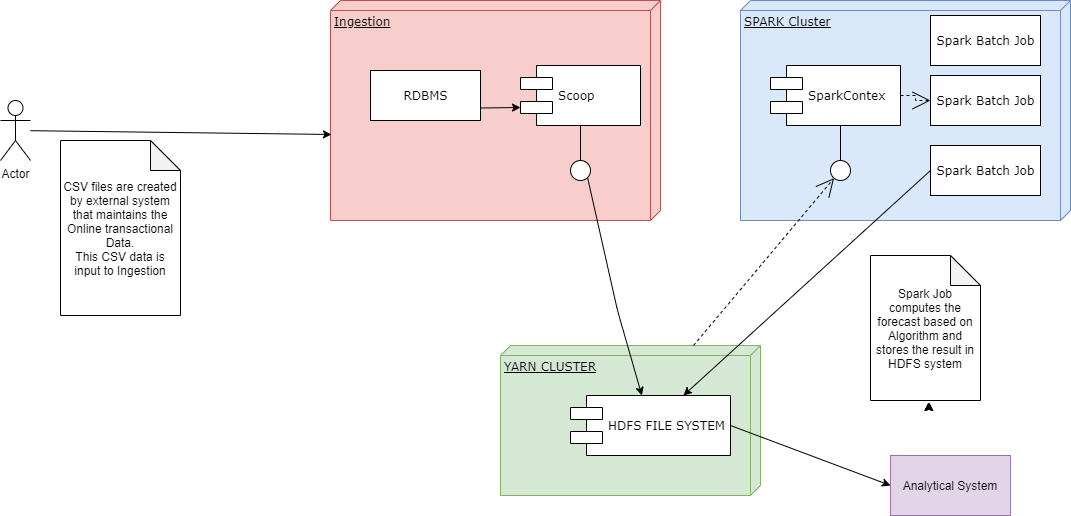
Before: HLD.png, a diagram exported from draw.io (baratamramprasad/fastfoodchain). Source tidied: cells renumbered, new cells last; positions are measured from the earlier drawing's top-left corner, leaving out a move shared by most shapes.
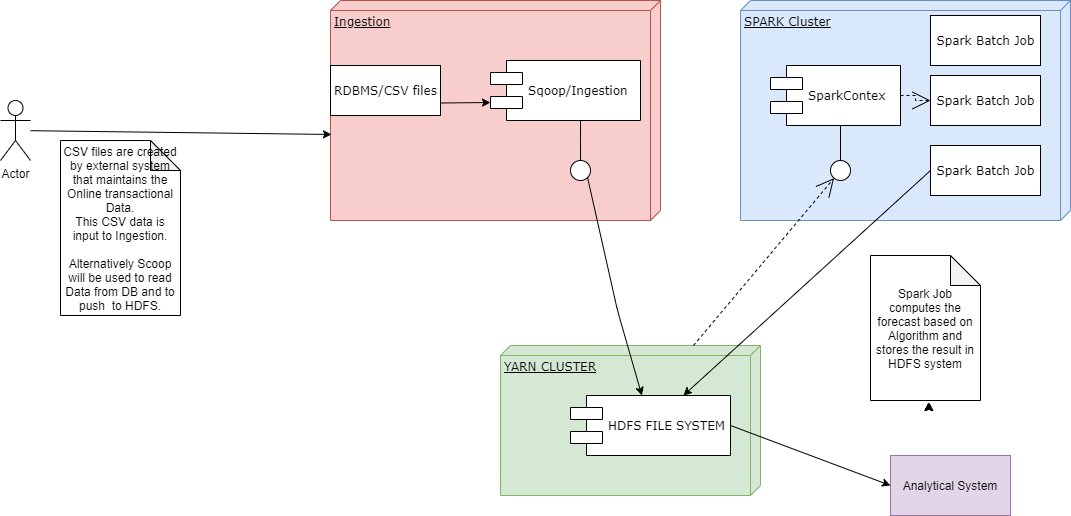
After the commit.

Diff of the diagram source:
```diff
@@ -11,11 +11,11 @@
     <mxCell id="4" value="YARN CLUSTER" style="verticalAlign=top;align=left;spacingTop=8;spacingLeft=2;spacingRight=12;shape=cube;size=10;direction=south;fontStyle=4;html=1;rounded=0;shadow=0;comic=0;labelBackgroundColor=none;strokeWidth=1;fontFamily=Verdana;fontSize=12;fillColor=#d5e8d4;strokeColor=#82b366;" parent="1" vertex="1">
       <mxGeometry x="500" y="345" width="260" height="150" as="geometry" />
     </mxCell>
-    <mxCell id="5" value="RDBMS" style="html=1;rounded=0;shadow=0;comic=0;labelBackgroundColor=none;strokeWidth=1;fontFamily=Verdana;fontSize=12;align=center;" parent="1" vertex="1">
-      <mxGeometry x="370" y="70" width="110" height="50" as="geometry" />
+    <mxCell id="5" value="RDBMS/CSV files" style="html=1;rounded=0;shadow=0;comic=0;labelBackgroundColor=none;strokeWidth=1;fontFamily=Verdana;fontSize=12;align=center;" parent="1" vertex="1">
+      <mxGeometry x="330" y="65" width="110" height="50" as="geometry" />
     </mxCell>
-    <mxCell id="6" value="Scoop" style="shape=component;align=left;spacingLeft=36;rounded=0;shadow=0;comic=0;labelBackgroundColor=none;strokeWidth=1;fontFamily=Verdana;fontSize=12;html=1;" parent="1" vertex="1">
-      <mxGeometry x="520" y="65" width="120" height="60" as="geometry" />
+    <mxCell id="6" value="Sqoop/Ingestion" style="shape=component;align=left;spacingLeft=36;rounded=0;shadow=0;comic=0;labelBackgroundColor=none;strokeWidth=1;fontFamily=Verdana;fontSize=12;html=1;" parent="1" vertex="1">
+      <mxGeometry x="490" y="60" width="150" height="60" as="geometry" />
     </mxCell>
     <mxCell id="7" style="ellipse;whiteSpace=wrap;html=1;rounded=0;shadow=0;comic=0;labelBackgroundColor=none;strokeWidth=1;fontFamily=Verdana;fontSize=12;align=center;" parent="1" vertex="1">
       <mxGeometry x="570" y="160" width="20" height="20" as="geometry" />
@@ -84,7 +84,7 @@
     <mxCell id="24" style="endArrow=classic;html=1;entryX=0.609;entryY=0.997;entryDx=0;entryDy=0;entryPerimeter=0;" parent="1" edge="1" source="23" target="2">
       <mxGeometry relative="1" as="geometry" />
     </mxCell>
-    <mxCell id="25" value="CSV files are created by external system that maintains the Online transactional Data.&lt;br&gt;This CSV data is input to Ingestion" style="shape=note;whiteSpace=wrap;html=1;backgroundOutline=1;darkOpacity=0.05;" parent="1" vertex="1">
+    <mxCell id="25" value="CSV files are created by external system that maintains the Online transactional Data.&lt;br&gt;This CSV data is input to Ingestion.&lt;br&gt;&lt;br&gt;Alternatively Scoop will be used to read Data from DB and to push&amp;nbsp; to HDFS." style="shape=note;whiteSpace=wrap;html=1;backgroundOutline=1;darkOpacity=0.05;" parent="1" vertex="1">
       <mxGeometry x="60" y="140" width="120" height="175" as="geometry" />
     </mxCell>
     <mxCell id="26" style="endArrow=classic;html=1;exitX=0;exitY=0.5;exitDx=0;exitDy=0;" parent="1" edge="1" source="21" target="11">
```
